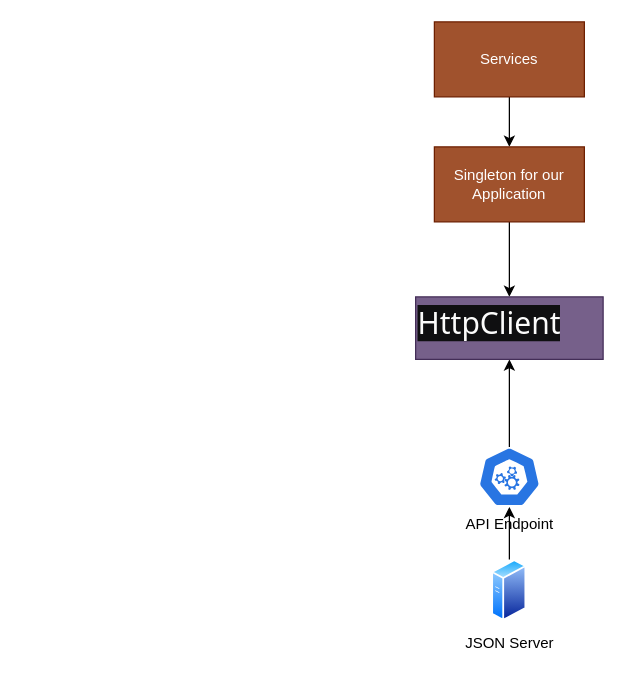
QUAGLO30JUN2025GIT-HUB/QUAGLO30JUN2025GIT-REPO keeps this draw.io diagram as page "Services" (9 of 9) of drawings/draw-angular-gs.drawio. Above is the earlier version. Source tidied: cells renumbered, new cells numbered last; positions are measured from the earlier drawing's top-left corner, leaving out a move shared by most shapes. Both pictures are drawn from the tidied source at 125%, with x=0, y=0 at pixel (415, 21).
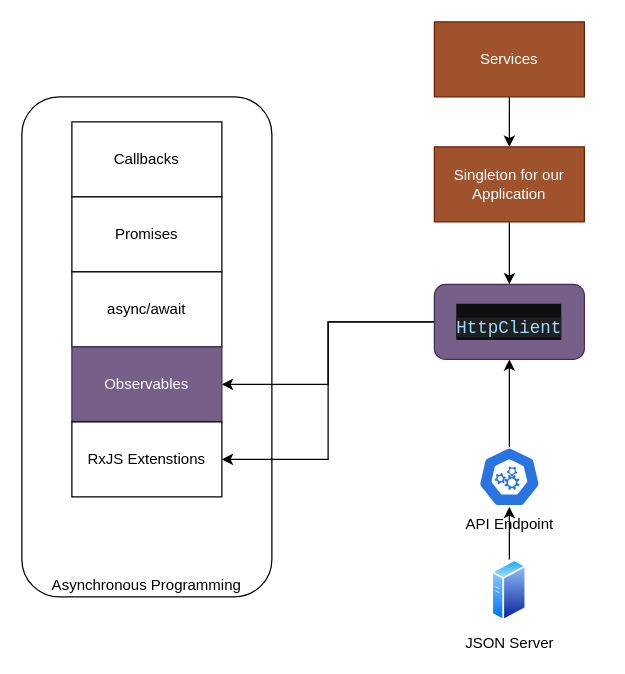
The same diagram, later.

The edit, as a diff of the source:
```diff
@@
 <mxGraphModel>
   <root>
     <mxCell id="0" />
     <mxCell id="1" parent="0" />
+    <mxCell id="11" value="Asynchronous Programming" style="rounded=1;whiteSpace=wrap;html=1;verticalAlign=bottom;" parent="1" vertex="1">
+      <mxGeometry x="-315" y="60" width="200" height="400" as="geometry" />
+    </mxCell>
     <mxCell id="2" style="edgeStyle=orthogonalEdgeStyle;rounded=0;jettySize=auto;html=1;" parent="1" edge="1" source="3" target="5">
       <mxGeometry relative="1" as="geometry" />
     </mxCell>
     <mxCell id="3" value="Services" style="rounded=0;whiteSpace=wrap;html=1;fillColor=#a0522d;fontColor=#ffffff;strokeColor=#6D1F00;" parent="1" vertex="1">
       <mxGeometry x="15" width="120" height="60" as="geometry" />
     </mxCell>
     <mxCell id="4" style="edgeStyle=orthogonalEdgeStyle;rounded=0;jettySize=auto;html=1;" parent="1" edge="1" source="5" target="10">
       <mxGeometry relative="1" as="geometry" />
     </mxCell>
     <mxCell id="5" value="Singleton for our Application" style="whiteSpace=wrap;html=1;fillColor=#a0522d;strokeColor=#6D1F00;fontColor=#ffffff;rounded=0;" parent="1" vertex="1">
       <mxGeometry x="15" y="100" width="120" height="60" as="geometry" />
     </mxCell>
     <mxCell id="6" style="edgeStyle=orthogonalEdgeStyle;rounded=0;jettySize=auto;html=1;" parent="1" edge="1" source="7" target="9">
       <mxGeometry relative="1" as="geometry" />
     </mxCell>
     <mxCell id="7" value="JSON Server" style="image;perimeter=ellipsePerimeter;html=1;align=center;shadow=0;dashed=0;spacingTop=3;image=img/lib/active_directory/generic_server.svg;" parent="1" vertex="1">
       <mxGeometry x="61" y="430" width="28" height="50" as="geometry" />
     </mxCell>
-    <mxCell id="8" style="edgeStyle=orthogonalEdgeStyle;rounded=0;jettySize=auto;html=1;entryX=0.5;entryY=1;entryDx=0;entryDy=0;" parent="1" edge="1" source="9" target="10">
-      <mxGeometry relative="1" as="geometry" />
+    <mxCell id="8" style="edgeStyle=orthogonalEdgeStyle;rounded=0;jettySize=auto;html=1;entryX=0.5;entryY=1;entryDx=0;entryDy=0;" parent="1" edge="1" source="9">
+      <mxGeometry relative="1" as="geometry">
+        <mxPoint x="75" y="270" as="targetPoint" />
+      </mxGeometry>
     </mxCell>
     <mxCell id="9" value="API Endpoint" style="sketch=0;html=1;dashed=0;whitespace=wrap;verticalLabelPosition=bottom;verticalAlign=top;fillColor=#2875E2;strokeColor=#ffffff;points=[[0.005,0.63,0],[0.1,0.2,0],[0.9,0.2,0],[0.5,0,0],[0.995,0.63,0],[0.72,0.99,0],[0.5,1,0],[0.28,0.99,0]];shape=mxgraph.kubernetes.icon2;prIcon=api;" parent="1" vertex="1">
       <mxGeometry x="50" y="340" width="50" height="48" as="geometry" />
     </mxCell>
+    <mxCell id="12" style="edgeStyle=orthogonalEdgeStyle;rounded=0;jettySize=auto;html=1;exitX=0;exitY=0.5;exitDx=0;exitDy=0;" parent="1" edge="1" source="10" target="16">
+      <mxGeometry relative="1" as="geometry" />
+    </mxCell>
+    <mxCell id="13" value="Callbacks" style="rounded=0;whiteSpace=wrap;html=1;" parent="1" vertex="1">
+      <mxGeometry x="-275" y="80" width="120" height="60" as="geometry" />
+    </mxCell>
+    <mxCell id="14" value="Promises" style="rounded=0;whiteSpace=wrap;html=1;" parent="1" vertex="1">
+      <mxGeometry x="-275" y="140" width="120" height="60" as="geometry" />
+    </mxCell>
+    <mxCell id="15" value="async/await" style="rounded=0;whiteSpace=wrap;html=1;" parent="1" vertex="1">
+      <mxGeometry x="-275" y="200" width="120" height="60" as="geometry" />
+    </mxCell>
+    <mxCell id="16" value="Observables" style="rounded=0;whiteSpace=wrap;html=1;fillColor=#76608a;fontColor=#ffffff;strokeColor=#432D57;" parent="1" vertex="1">
+      <mxGeometry x="-275" y="260" width="120" height="60" as="geometry" />
+    </mxCell>
+    <mxCell id="17" value="RxJS Extenstions" style="rounded=0;whiteSpace=wrap;html=1;" parent="1" vertex="1">
+      <mxGeometry x="-275" y="320" width="120" height="60" as="geometry" />
+    </mxCell>
+    <mxCell id="18" style="edgeStyle=orthogonalEdgeStyle;rounded=0;jettySize=auto;html=1;entryX=1;entryY=0.5;entryDx=0;entryDy=0;" parent="1" edge="1" source="10" target="17">
+      <mxGeometry relative="1" as="geometry" />
+    </mxCell>
-    <mxCell id="10" value="&lt;h1 style=&quot;font-family: &amp;quot;Inter Tight&amp;quot;, ui-sans-serif, system-ui, -apple-system, BlinkMacSystemFont, &amp;quot;Segoe UI&amp;quot;, Roboto, &amp;quot;Helvetica Neue&amp;quot;, Arial, &amp;quot;Noto Sans&amp;quot;, sans-serif, &amp;quot;Apple Color Emoji&amp;quot;, &amp;quot;Segoe UI Emoji&amp;quot;, &amp;quot;Segoe UI Symbol&amp;quot;, &amp;quot;Noto Color Emoji&amp;quot;; font-weight: 500; text-wrap: balance; --selection-color: color-mix(in srgb, oklch(69.02% .277 332.77), white 70%); margin-block: 0px; color: oklch(0.9881 0 0); font-style: normal; font-variant-ligatures: normal; font-variant-caps: normal; letter-spacing: normal; orphans: 2; text-align: start; text-indent: 0px; text-transform: none; widows: 2; word-spacing: 0px; -webkit-text-stroke-width: 0px; white-space-collapse: collapse; background-color: rgb(15, 15, 17); text-decoration-thickness: initial; text-decoration-style: initial; text-decoration-color: initial;&quot;&gt;HttpClient&lt;/h1&gt;" style="text;whiteSpace=wrap;html=1;fillColor=#76608a;fontColor=#ffffff;strokeColor=#432D57;" parent="1" vertex="1">
-      <mxGeometry y="220" width="150" height="50" as="geometry" />
+    <mxCell id="10" value="&lt;h1 style=&quot;text-wrap: balance; font-family: &amp;quot;Inter Tight&amp;quot;, ui-sans-serif, system-ui, -apple-system, BlinkMacSystemFont, &amp;quot;Segoe UI&amp;quot;, Roboto, &amp;quot;Helvetica Neue&amp;quot;, Arial, &amp;quot;Noto Sans&amp;quot;, sans-serif, &amp;quot;Apple Color Emoji&amp;quot;, &amp;quot;Segoe UI Emoji&amp;quot;, &amp;quot;Segoe UI Symbol&amp;quot;, &amp;quot;Noto Color Emoji&amp;quot;; font-weight: 500; --selection-color: color-mix(in srgb, oklch(69.02% .277 332.77), white 70%); margin-block: 0px; color: oklch(0.9881 0 0); text-align: start; background-color: rgb(15, 15, 17);&quot;&gt;&lt;span style=&quot;color: rgb(156, 220, 254); background-color: rgb(31, 31, 31); font-family: Consolas, &amp;quot;Courier New&amp;quot;, monospace; font-size: 14px; white-space: pre;&quot;&gt;HttpClient&lt;/span&gt;&lt;/h1&gt;" style="rounded=1;whiteSpace=wrap;html=1;fillColor=#76608a;fontColor=#ffffff;strokeColor=#432D57;" parent="1" vertex="1">
+      <mxGeometry x="15" y="210" width="120" height="60" as="geometry" />
     </mxCell>
   </root>
 </mxGraphModel>
```
